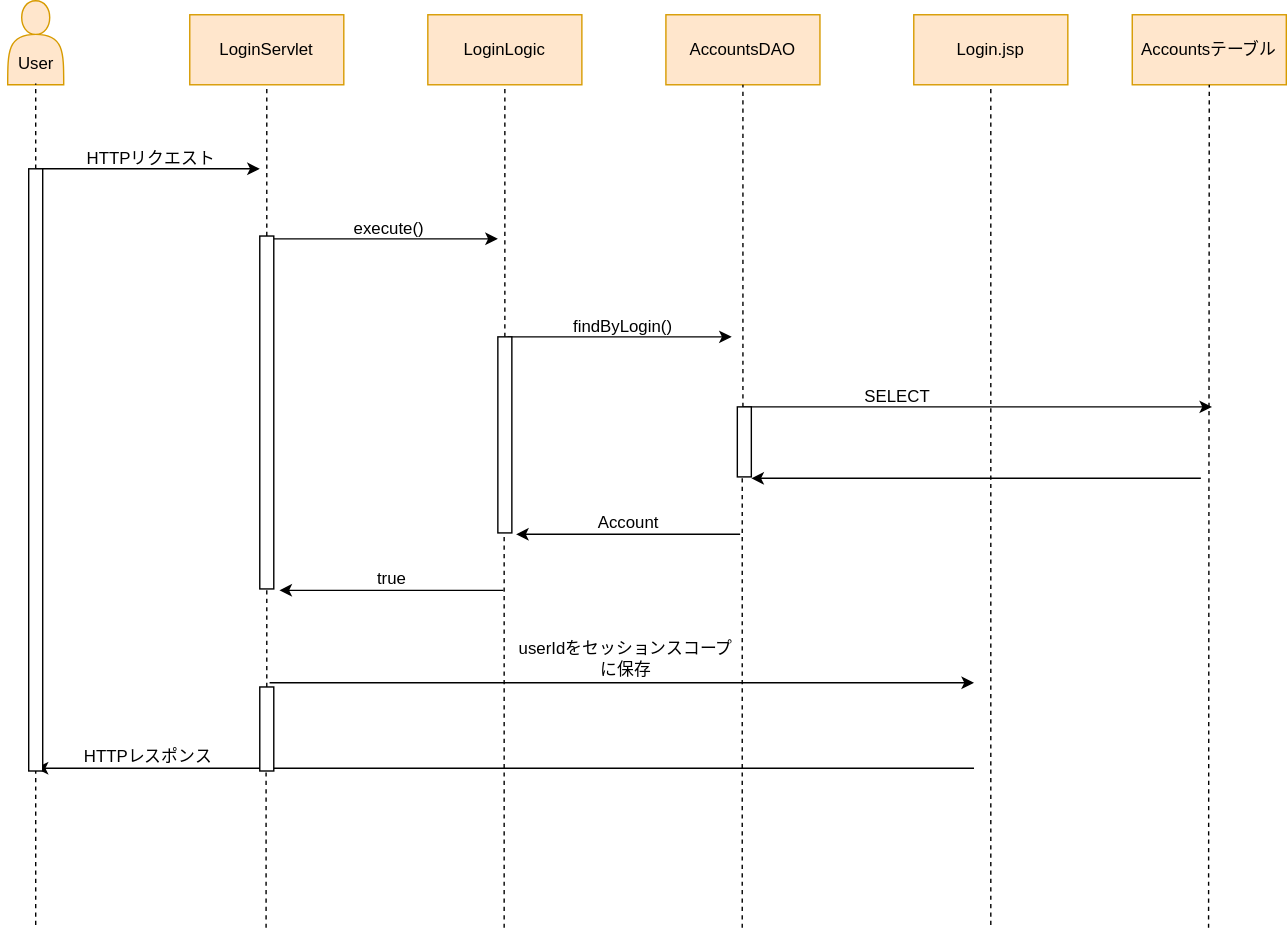
OsakiKCCS/sampleRepo keeps this draw.io diagram as シーケンス図.drawio.svg. Above is the earlier version. Source tidied: cells renumbered, new cells last; positions are measured from the earlier drawing's top-left corner, leaving out a move shared by most shapes.
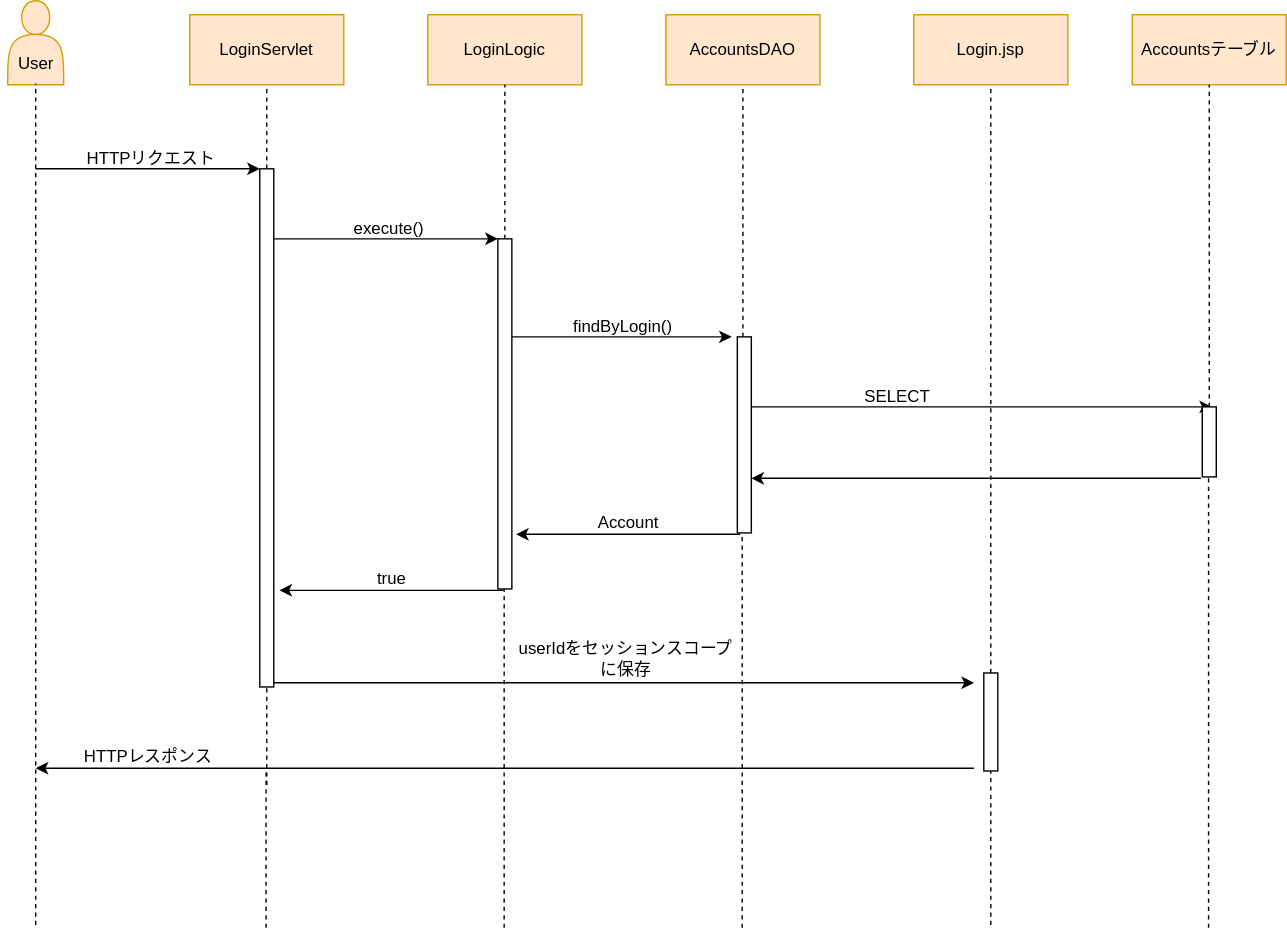
Above is the later version.

Commit message:
シーケンス図.drawio.svg を更新します

What changed in the source:
```diff
@@ -29,10 +29,8 @@
         <mxPoint x="530" y="60" as="targetPoint" />
       </mxGeometry>
     </mxCell>
-    <mxCell id="9" style="endArrow=none;dashed=1;html=1;rounded=0;entryX=0.5;entryY=1;entryDx=0;entryDy=0;" parent="1" edge="1" target="5">
-      <mxGeometry relative="1" as="geometry">
-        <mxPoint x="707" y="660" as="sourcePoint" />
-      </mxGeometry>
+    <mxCell id="9" style="endArrow=none;dashed=1;html=1;rounded=0;entryX=0.5;entryY=1;entryDx=0;entryDy=0;" parent="1" edge="1" source="44" target="5">
+      <mxGeometry relative="1" as="geometry" />
     </mxCell>
     <mxCell id="10" style="shape=actor;whiteSpace=wrap;html=1;fillColor=#ffe6cc;strokeColor=#d79b00;" parent="1" vertex="1">
       <mxGeometry x="5" width="40" height="60" as="geometry" />
@@ -117,9 +115,8 @@
     <mxCell id="28" value="Accountsテーブル" style="html=1;whiteSpace=wrap;fillColor=#ffe6cc;strokeColor=#d79b00;" parent="1" vertex="1">
       <mxGeometry x="808" y="10" width="110" height="50" as="geometry" />
     </mxCell>
-    <mxCell id="29" style="endArrow=none;dashed=1;html=1;rounded=0;" parent="1" edge="1">
+    <mxCell id="29" style="endArrow=none;dashed=1;html=1;rounded=0;" parent="1" edge="1" source="42">
       <mxGeometry relative="1" as="geometry">
-        <mxPoint x="862.5" y="662" as="sourcePoint" />
         <mxPoint x="863" y="60" as="targetPoint" />
       </mxGeometry>
     </mxCell>
@@ -135,14 +132,13 @@
     <mxCell id="31" value="userIdをセッション&lt;span style=&quot;background-color: initial;&quot;&gt;スコープ&lt;/span&gt;&lt;div&gt;&lt;span style=&quot;background-color: initial;&quot;&gt;に保存&lt;/span&gt;&lt;/div&gt;" style="text;html=1;align=center;verticalAlign=middle;strokeColor=none;fillColor=none;" parent="1" vertex="1">
       <mxGeometry x="356" y="450" width="180" height="40" as="geometry" />
     </mxCell>
-    <mxCell id="32" style="html=1;perimeter=orthogonalPerimeter;targetShapes=umlLifeline;newEdgeStyle={&quot;curved&quot;:0,&quot;rounded&quot;:0};" parent="1" vertex="1">
-      <mxGeometry x="20" y="120" width="10" height="430" as="geometry" />
-    </mxCell>
-    <mxCell id="33" style="endArrow=none;dashed=1;html=1;rounded=0;" parent="1" edge="1" source="40" target="34">
-      <mxGeometry relative="1" as="geometry" />
+    <mxCell id="33" style="endArrow=none;dashed=1;html=1;rounded=0;" parent="1" edge="1" target="34">
+      <mxGeometry relative="1" as="geometry">
+        <mxPoint x="190" y="560" as="sourcePoint" />
+      </mxGeometry>
     </mxCell>
     <mxCell id="34" style="html=1;points=[[0,0,0,0,5],[0,1,0,0,-5],[1,0,0,0,5],[1,1,0,0,-5]];perimeter=orthogonalPerimeter;outlineConnect=0;targetShapes=umlLifeline;portConstraint=eastwest;newEdgeStyle={&quot;curved&quot;:0,&quot;rounded&quot;:0};" parent="1" vertex="1">
-      <mxGeometry x="185" y="168" width="10" height="252" as="geometry" />
+      <mxGeometry x="185" y="120" width="10" height="370" as="geometry" />
     </mxCell>
     <mxCell id="35" style="endArrow=none;dashed=1;html=1;rounded=0;" parent="1" edge="1" target="36">
       <mxGeometry relative="1" as="geometry">
@@ -150,7 +146,7 @@
       </mxGeometry>
     </mxCell>
     <mxCell id="36" style="html=1;points=[[0,0,0,0,5],[0,1,0,0,-5],[1,0,0,0,5],[1,1,0,0,-5]];perimeter=orthogonalPerimeter;outlineConnect=0;targetShapes=umlLifeline;portConstraint=eastwest;newEdgeStyle={&quot;curved&quot;:0,&quot;rounded&quot;:0};" parent="1" vertex="1">
-      <mxGeometry x="355" y="240" width="10" height="140" as="geometry" />
+      <mxGeometry x="355" y="170" width="10" height="250" as="geometry" />
     </mxCell>
     <mxCell id="37" style="endArrow=none;dashed=1;html=1;rounded=0;" parent="1" edge="1" target="38">
       <mxGeometry relative="1" as="geometry">
@@ -158,15 +154,29 @@
       </mxGeometry>
     </mxCell>
     <mxCell id="38" style="html=1;points=[[0,0,0,0,5],[0,1,0,0,-5],[1,0,0,0,5],[1,1,0,0,-5]];perimeter=orthogonalPerimeter;outlineConnect=0;targetShapes=umlLifeline;portConstraint=eastwest;newEdgeStyle={&quot;curved&quot;:0,&quot;rounded&quot;:0};" parent="1" vertex="1">
-      <mxGeometry x="526" y="290" width="10" height="50" as="geometry" />
+      <mxGeometry x="526" y="240" width="10" height="140" as="geometry" />
     </mxCell>
-    <mxCell id="39" style="endArrow=none;dashed=1;html=1;rounded=0;" parent="1" edge="1" target="40">
+    <mxCell id="39" style="endArrow=none;dashed=1;html=1;rounded=0;" parent="1" edge="1">
       <mxGeometry relative="1" as="geometry">
         <mxPoint x="189.5" y="662" as="sourcePoint" />
+        <mxPoint x="189.5" y="550" as="targetPoint" />
       </mxGeometry>
     </mxCell>
-    <mxCell id="40" style="html=1;points=[[0,0,0,0,5],[0,1,0,0,-5],[1,0,0,0,5],[1,1,0,0,-5]];perimeter=orthogonalPerimeter;outlineConnect=0;targetShapes=umlLifeline;portConstraint=eastwest;newEdgeStyle={&quot;curved&quot;:0,&quot;rounded&quot;:0};" parent="1" vertex="1">
-      <mxGeometry x="185" y="490" width="10" height="60" as="geometry" />
-    </mxCell>
+    <mxCell id="41" style="endArrow=none;dashed=1;html=1;rounded=0;" parent="1" edge="1" target="42">
+      <mxGeometry relative="1" as="geometry">
+        <mxPoint x="862.5" y="662" as="sourcePoint" />
+      </mxGeometry>
+    </mxCell>
+    <mxCell id="42" style="html=1;points=[[0,0,0,0,5],[0,1,0,0,-5],[1,0,0,0,5],[1,1,0,0,-5]];perimeter=orthogonalPerimeter;outlineConnect=0;targetShapes=umlLifeline;portConstraint=eastwest;newEdgeStyle={&quot;curved&quot;:0,&quot;rounded&quot;:0};" parent="1" vertex="1">
+      <mxGeometry x="858" y="290" width="10" height="50" as="geometry" />
+    </mxCell>
+    <mxCell id="43" style="endArrow=none;dashed=1;html=1;rounded=0;entryX=0.5;entryY=1;entryDx=0;entryDy=0;" parent="1" edge="1" target="44">
+      <mxGeometry relative="1" as="geometry">
+        <mxPoint x="707" y="660" as="sourcePoint" />
+      </mxGeometry>
+    </mxCell>
+    <mxCell id="44" style="html=1;points=[[0,0,0,0,5],[0,1,0,0,-5],[1,0,0,0,5],[1,1,0,0,-5]];perimeter=orthogonalPerimeter;outlineConnect=0;targetShapes=umlLifeline;portConstraint=eastwest;newEdgeStyle={&quot;curved&quot;:0,&quot;rounded&quot;:0};" parent="1" vertex="1">
+      <mxGeometry x="702" y="480" width="10" height="70" as="geometry" />
+    </mxCell>
   </root>
 </mxGraphModel>
```
